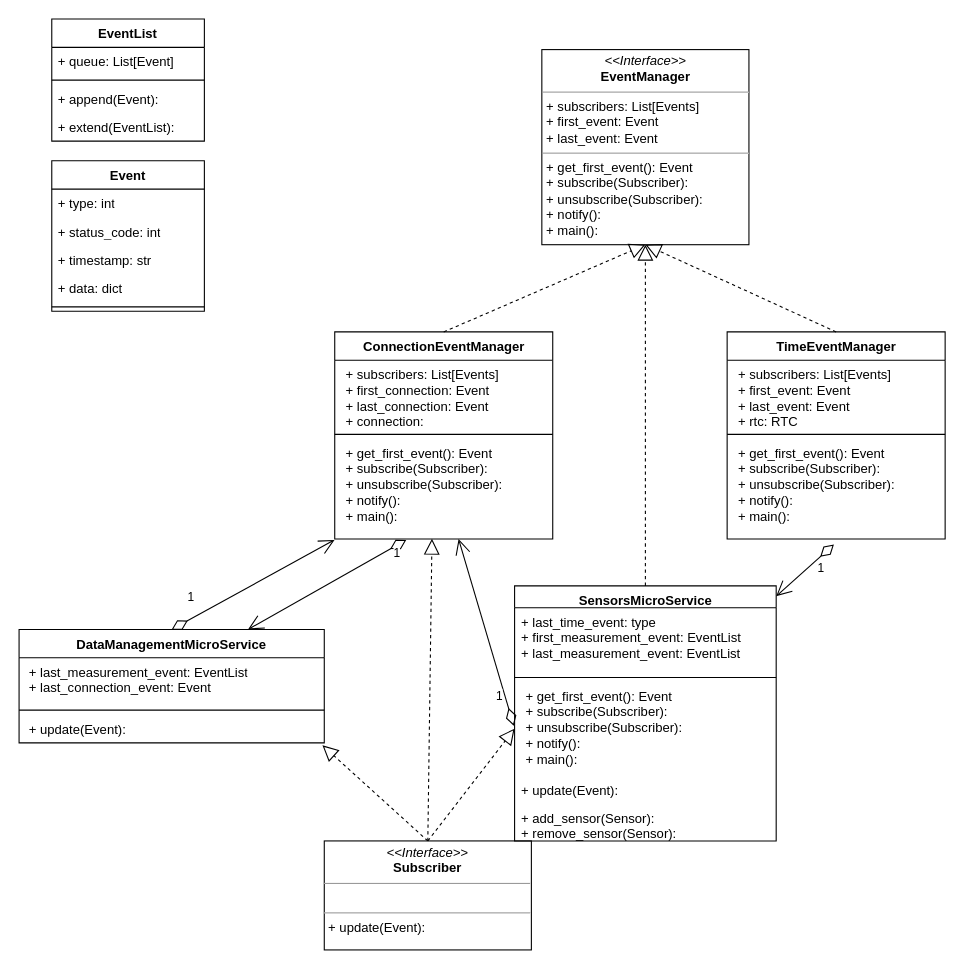
maticas-org/maticas-hardware keeps this draw.io diagram as micropython/friendlyCode/archetype_cpp_version/uml.drawio. Above is the earlier version. Source tidied: cells renumbered, new cells numbered last; positions are measured from the earlier drawing's top-left corner, leaving out a move shared by most shapes. Both pictures are drawn from the tidied source at 109%, with x=0, y=0 at pixel (19, 19).
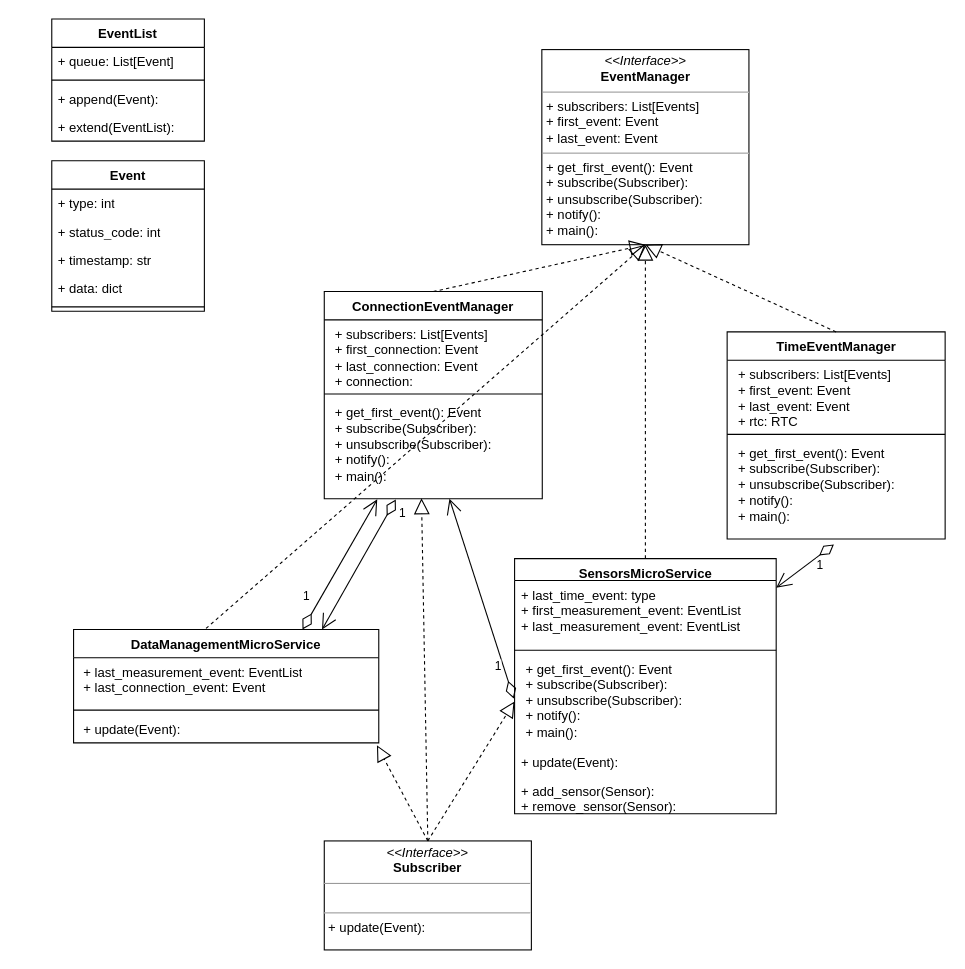
After the change.

Unchanged cells that the change refers to:
```xml
<mxCell id="2" value="&lt;p style=&quot;margin:0px;margin-top:4px;text-align:center;&quot;&gt;&lt;i&gt;&amp;lt;&amp;lt;Interface&amp;gt;&amp;gt;&lt;/i&gt;&lt;br&gt;&lt;b&gt;EventManager&lt;/b&gt;&lt;/p&gt;&lt;hr size=&quot;1&quot;&gt;&lt;p style=&quot;margin:0px;margin-left:4px;&quot;&gt;+ subscribers: List[Events]&lt;br&gt;&lt;/p&gt;&lt;p style=&quot;margin:0px;margin-left:4px;&quot;&gt;+ first_event: Event&lt;br&gt;+ last_event: Event&lt;/p&gt;&lt;hr size=&quot;1&quot;&gt;&lt;p style=&quot;margin:0px;margin-left:4px;&quot;&gt;+ get_first_event(): Event&lt;br&gt;+ subscribe(Subscriber):&amp;nbsp;&lt;br&gt;+ unsubscribe(Subscriber):&amp;nbsp;&lt;br&gt;+ notify():&amp;nbsp;&lt;br&gt;&lt;/p&gt;&lt;p style=&quot;margin:0px;margin-left:4px;&quot;&gt;+ main():&lt;/p&gt;" style="verticalAlign=top;align=left;overflow=fill;fontSize=12;fontFamily=Helvetica;html=1;whiteSpace=wrap;" parent="1" vertex="1">
  <mxGeometry x="479.6" y="28" width="190" height="179" as="geometry" />
</mxCell>
<mxCell id="23" value="&lt;p style=&quot;border-color: var(--border-color); margin: 0px 0px 0px 4px;&quot;&gt;+ get_first_event(): Event&lt;br style=&quot;border-color: var(--border-color);&quot;&gt;+ subscribe(Subscriber):&amp;nbsp;&lt;br style=&quot;border-color: var(--border-color);&quot;&gt;+ unsubscribe(Subscriber):&amp;nbsp;&lt;br style=&quot;border-color: var(--border-color);&quot;&gt;+ notify():&amp;nbsp;&lt;br style=&quot;border-color: var(--border-color);&quot;&gt;&lt;/p&gt;&lt;p style=&quot;border-color: var(--border-color); margin: 0px 0px 0px 4px;&quot;&gt;+ main():&lt;/p&gt;" style="text;strokeColor=none;fillColor=none;align=left;verticalAlign=top;spacingLeft=4;spacingRight=4;overflow=hidden;points=[[0,0.5],[1,0.5]];portConstraint=eastwest;whiteSpace=wrap;html=1;" parent="20" vertex="1">
  <mxGeometry y="98" width="200" height="92" as="geometry" />
</mxCell>
```

The edit, as a diff of the source:
```diff
@@
     <mxCell id="20" value="ConnectionEventManager" style="swimlane;fontStyle=1;align=center;verticalAlign=top;horizontal=1;startSize=26;whiteSpace=wrap;html=1;" parent="1" vertex="1">
-      <mxGeometry x="289.6" y="287" width="200" height="190" as="geometry" />
+      <mxGeometry x="280" y="250" width="200" height="190" as="geometry" />
     </mxCell>
@@
     <mxCell id="25" value="SensorsMicroService" style="swimlane;fontStyle=1;align=center;verticalAlign=top;horizontal=1;startSize=20;whiteSpace=wrap;html=1;" parent="1" vertex="1">
-      <mxGeometry x="454.6" y="520" width="240" height="234" as="geometry" />
+      <mxGeometry x="454.6" y="495" width="240" height="234" as="geometry" />
     </mxCell>
@@
     <mxCell id="34" value="DataManagementMicroService" style="swimlane;fontStyle=1;align=center;verticalAlign=top;horizontal=1;startSize=26;whiteSpace=wrap;html=1;" parent="1" vertex="1">
-      <mxGeometry y="560" width="280" height="104" as="geometry" />
+      <mxGeometry x="50" y="560" width="280" height="104" as="geometry" />
     </mxCell>
@@
-    <mxCell id="39" value="1" style="endArrow=open;html=1;endSize=12;startArrow=diamondThin;startSize=14;startFill=0;align=left;verticalAlign=bottom;rounded=0;exitX=0.328;exitY=1.009;exitDx=0;exitDy=0;exitPerimeter=0;entryX=0.75;entryY=0;entryDx=0;entryDy=0;" parent="1" edge="1" source="23" target="34">
+    <mxCell id="39" value="1" style="endArrow=open;html=1;endSize=12;startArrow=diamondThin;startSize=14;startFill=0;align=left;verticalAlign=bottom;rounded=0;exitX=0.328;exitY=1.009;exitDx=0;exitDy=0;exitPerimeter=0;entryX=0.814;entryY=0.001;entryDx=0;entryDy=0;entryPerimeter=0;" parent="1" edge="1" source="23" target="34">
       <mxGeometry x="-0.74" y="12" relative="1" as="geometry" />
     </mxCell>
@@
-    <mxCell id="41" value="1" style="endArrow=open;html=1;endSize=12;startArrow=diamondThin;startSize=14;startFill=0;align=left;verticalAlign=bottom;rounded=0;exitX=0.5;exitY=0;exitDx=0;exitDy=0;entryX=-0.001;entryY=1.009;entryDx=0;entryDy=0;entryPerimeter=0;" parent="1" edge="1" source="34" target="23">
+    <mxCell id="41" value="1" style="endArrow=open;html=1;endSize=12;startArrow=diamondThin;startSize=14;startFill=0;align=left;verticalAlign=bottom;rounded=0;entryX=0.243;entryY=1.007;entryDx=0;entryDy=0;entryPerimeter=0;exitX=0.75;exitY=0;exitDx=0;exitDy=0;" parent="1" edge="1" source="34" target="23">
       <mxGeometry x="-0.74" y="12" relative="1" as="geometry" />
     </mxCell>
@@
+    <mxCell id="43" style="endArrow=block;dashed=1;endFill=0;endSize=12;html=1;rounded=0;exitX=0.434;exitY=-0.009;exitDx=0;exitDy=0;entryX=0.5;entryY=1;entryDx=0;entryDy=0;exitPerimeter=0;" parent="1" edge="1" source="34" target="2">
+      <mxGeometry relative="1" as="geometry" />
+    </mxCell>
```
